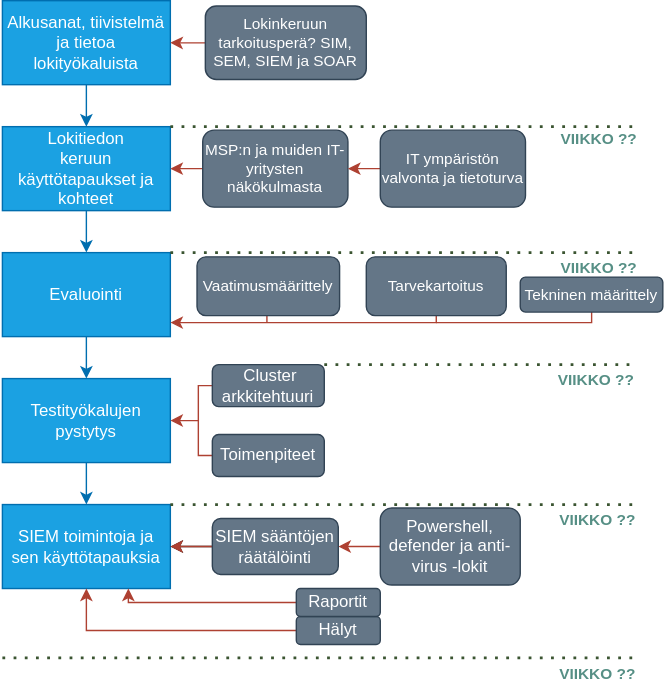
The draw.io diagram oppari_scope.svg in hirsmaki/oppari, before a commit. Source tidied: cells renumbered, new cells last; positions are measured from the earlier drawing's top-left corner, leaving out a move shared by most shapes.
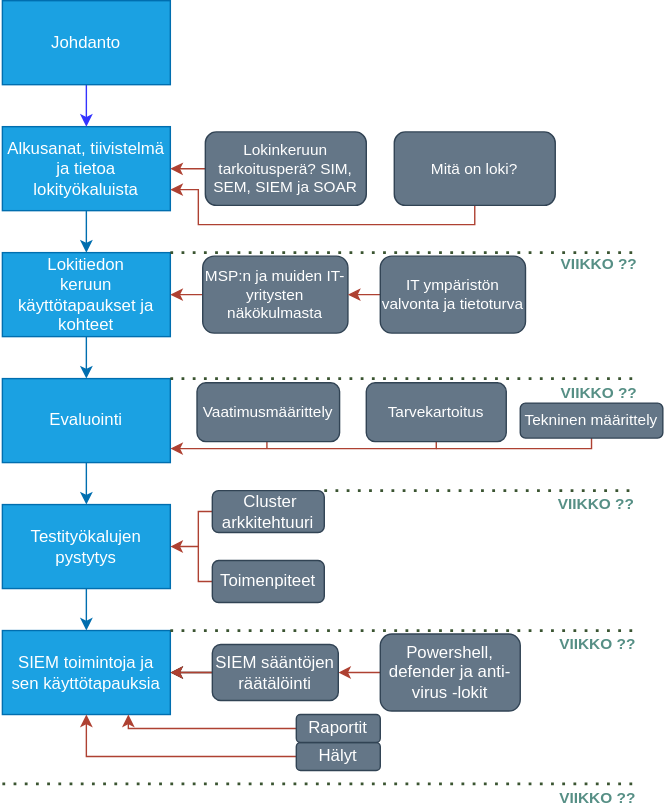
After the change.

What changed in the source:
```diff
@@ -192,5 +192,23 @@
     <mxCell id="45" value="Tekninen määrittely" style="rounded=1;whiteSpace=wrap;html=1;fontSize=11;fillColor=#647687;strokeColor=#314354;fontColor=#ffffff;" parent="1" vertex="1">
       <mxGeometry x="370" y="197.5" width="101.9" height="25" as="geometry" />
     </mxCell>
+    <mxCell id="46" style="edgeStyle=orthogonalEdgeStyle;rounded=0;jettySize=auto;html=1;exitX=0.5;exitY=1;exitDx=0;exitDy=0;entryX=0.5;entryY=0;entryDx=0;entryDy=0;strokeColor=#3333FF;" parent="1" edge="1" source="47" target="5">
+      <mxGeometry relative="1" as="geometry" />
+    </mxCell>
+    <mxCell id="47" value="Johdanto" style="rounded=0;whiteSpace=wrap;html=1;fillColor=#1ba1e2;strokeColor=#006EAF;fontColor=#ffffff;" parent="1" vertex="1">
+      <mxGeometry y="-90" width="120" height="60" as="geometry" />
+    </mxCell>
+    <mxCell id="48" style="edgeStyle=orthogonalEdgeStyle;rounded=0;jettySize=auto;html=1;entryX=1;entryY=0.75;entryDx=0;entryDy=0;strokeColor=#AE4132;" parent="1" edge="1" source="49" target="5">
+      <mxGeometry relative="1" as="geometry">
+        <Array as="points">
+          <mxPoint x="338" y="70" />
+          <mxPoint x="140" y="70" />
+          <mxPoint x="140" y="45" />
+        </Array>
+      </mxGeometry>
+    </mxCell>
+    <mxCell id="49" value="Mitä on loki?" style="rounded=1;whiteSpace=wrap;html=1;fillColor=#647687;fontSize=11;strokeColor=#314354;fontColor=#ffffff;" parent="1" vertex="1">
+      <mxGeometry x="280" y="3.8" width="115" height="52.5" as="geometry" />
+    </mxCell>
   </root>
 </mxGraphModel>
```
